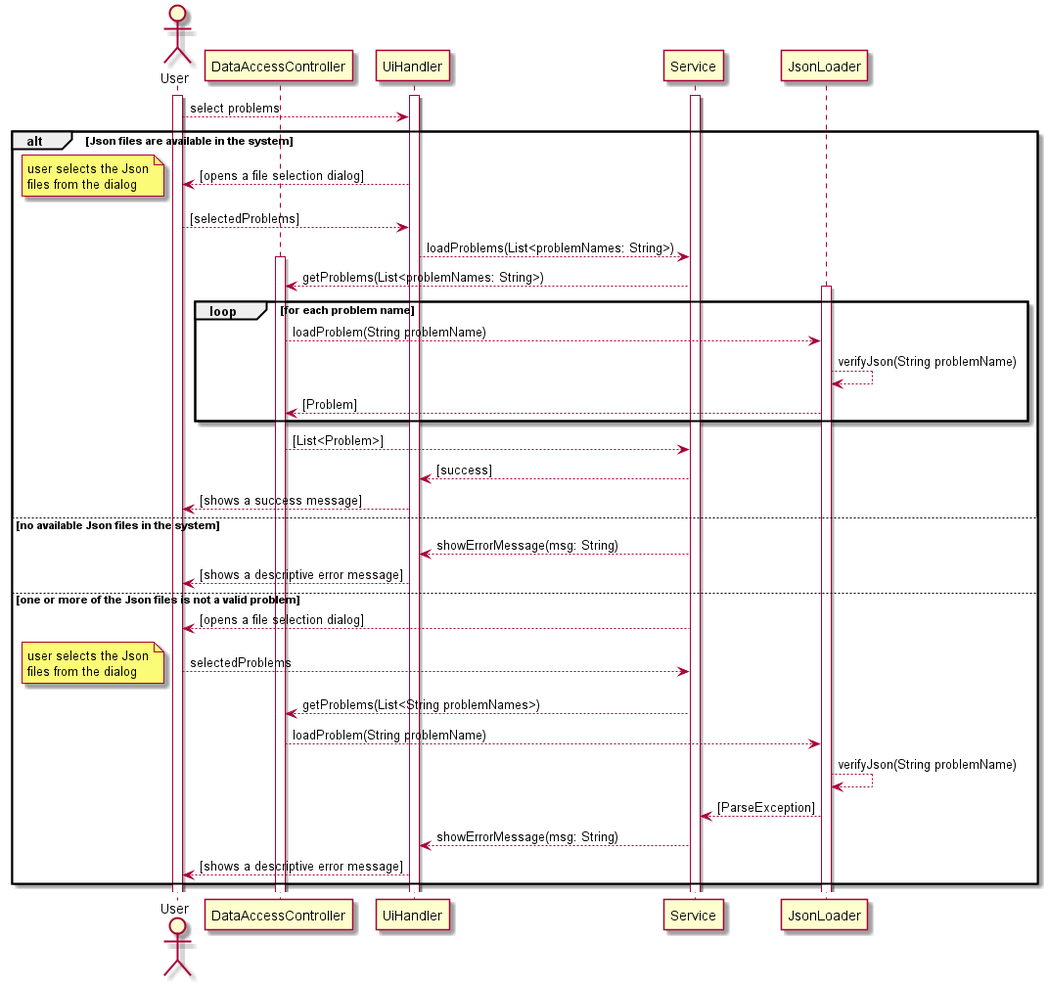
The PlantUML diagram Final/Docs/Diagrams/behaviour diagrams/pics/dataChooseSeq.png in miamiHits/FinalProject, before a commit. Source of this version:
```plantuml
@startuml
actor User as u
participant DataAccessController as DAC

activate u
activate UiHandler
activate Service


u --> UiHandler : select problems
alt Json files are available in the system
    UiHandler --> u : [opens a file selection dialog]
    note left
        user selects the Json
        files from the dialog
    end note
    u --> UiHandler : [selectedProblems]
    UiHandler --> Service : loadProblems(List<problemNames: String>)


    activate DAC
    Service --> DAC : getProblems(List<problemNames: String>)

    loop for each problem name
        activate JsonLoader
        DAC --> JsonLoader : loadProblem(String problemName)
        JsonLoader --> JsonLoader : verifyJson(String problemName)
        JsonLoader --> DAC : [Problem]
    end

    DAC -->Service : [List<Problem>]
    Service --> UiHandler : [success]
    UiHandler --> u : [shows a success message]

else no available Json files in the system
    Service --> UiHandler : showErrorMessage(msg: String)
    UiHandler --> u : [shows a descriptive error message]

else one or more of the Json files is not a valid problem
    Service --> u : [opens a file selection dialog]
        u --> Service : selectedProblems

        note left
            user selects the Json
            files from the dialog
        end note

        Service --> DAC : getProblems(List<String problemNames>)

        DAC --> JsonLoader : loadProblem(String problemName)
        JsonLoader --> JsonLoader : verifyJson(String problemName)
        JsonLoader --> Service : [ParseException]
        Service --> UiHandler : showErrorMessage(msg: String)
        UiHandler --> u : [shows a descriptive error message]
end



@enduml
```
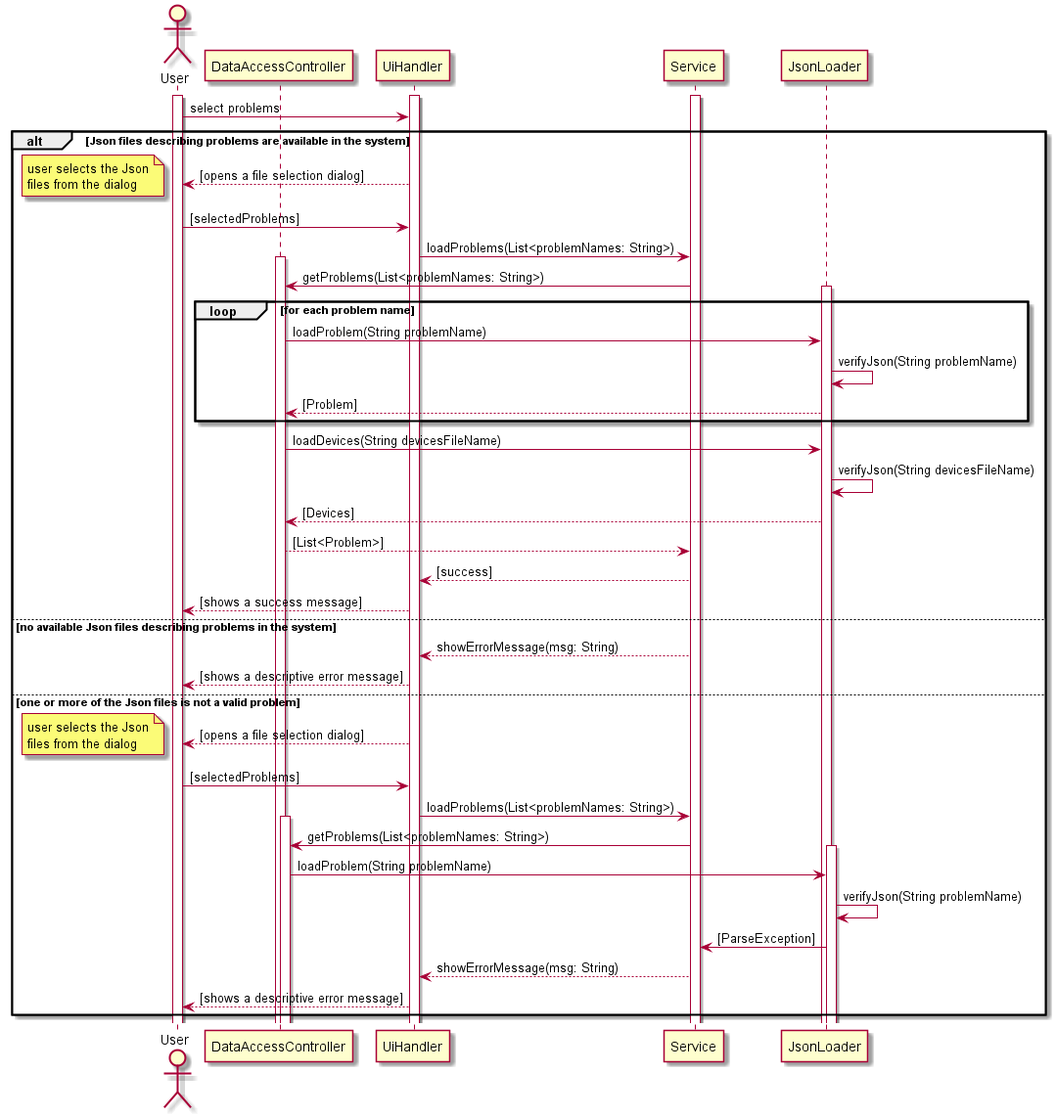
The same diagram one commit later.

What changed in the source:
```diff
@@ -7,51 +7,59 @@
 activate Service
 
 
-u --> UiHandler : select problems
-alt Json files are available in the system
+u -> UiHandler : select problems
+alt Json files describing problems are available in the system
+
     UiHandler --> u : [opens a file selection dialog]
     note left
         user selects the Json
         files from the dialog
     end note
-    u --> UiHandler : [selectedProblems]
-    UiHandler --> Service : loadProblems(List<problemNames: String>)
-
+    u -> UiHandler : [selectedProblems]
+    UiHandler -> Service : loadProblems(List<problemNames: String>)
 
     activate DAC
-    Service --> DAC : getProblems(List<problemNames: String>)
+    Service -> DAC : getProblems(List<problemNames: String>)
 
     loop for each problem name
         activate JsonLoader
-        DAC --> JsonLoader : loadProblem(String problemName)
-        JsonLoader --> JsonLoader : verifyJson(String problemName)
+        DAC -> JsonLoader : loadProblem(String problemName)
+        JsonLoader -> JsonLoader : verifyJson(String problemName)
         JsonLoader --> DAC : [Problem]
     end
+
+    DAC -> JsonLoader : loadDevices(String devicesFileName)
+    JsonLoader -> JsonLoader : verifyJson(String devicesFileName)
+    JsonLoader --> DAC : [Devices]
 
     DAC -->Service : [List<Problem>]
     Service --> UiHandler : [success]
     UiHandler --> u : [shows a success message]
 
-else no available Json files in the system
+else no available Json files describing problems in the system
+
     Service --> UiHandler : showErrorMessage(msg: String)
     UiHandler --> u : [shows a descriptive error message]
 
 else one or more of the Json files is not a valid problem
-    Service --> u : [opens a file selection dialog]
-        u --> Service : selectedProblems
 
-        note left
-            user selects the Json
-            files from the dialog
-        end note
+    UiHandler --> u : [opens a file selection dialog]
+    note left
+        user selects the Json
+        files from the dialog
+    end note
+    u -> UiHandler : [selectedProblems]
+    UiHandler -> Service : loadProblems(List<problemNames: String>)
 
-        Service --> DAC : getProblems(List<String problemNames>)
+    activate DAC
+    Service -> DAC : getProblems(List<problemNames: String>)
 
-        DAC --> JsonLoader : loadProblem(String problemName)
-        JsonLoader --> JsonLoader : verifyJson(String problemName)
-        JsonLoader --> Service : [ParseException]
-        Service --> UiHandler : showErrorMessage(msg: String)
-        UiHandler --> u : [shows a descriptive error message]
+    activate JsonLoader
+    DAC -> JsonLoader : loadProblem(String problemName)
+    JsonLoader -> JsonLoader : verifyJson(String problemName)
+    JsonLoader -> Service : [ParseException]
+    Service --> UiHandler : showErrorMessage(msg: String)
+    UiHandler --> u : [shows a descriptive error message]
 end
 
 
```
